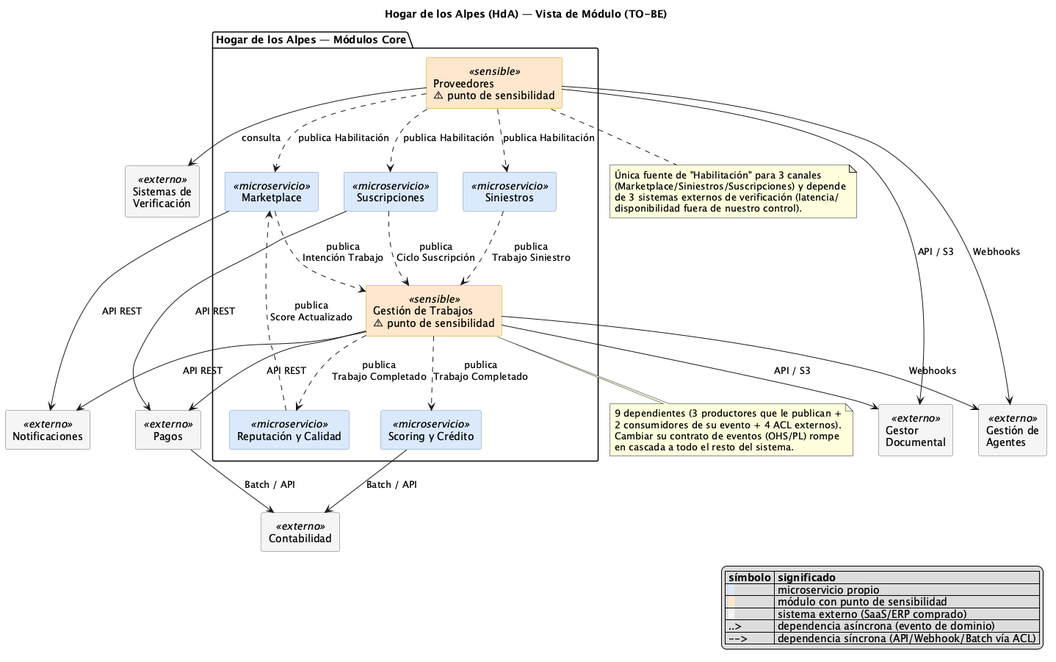
Earlier version of the PlantUML export experimento-arquitectura/contexto/diagramas/05-vista-modulo.png (ftaboadar/HDA).
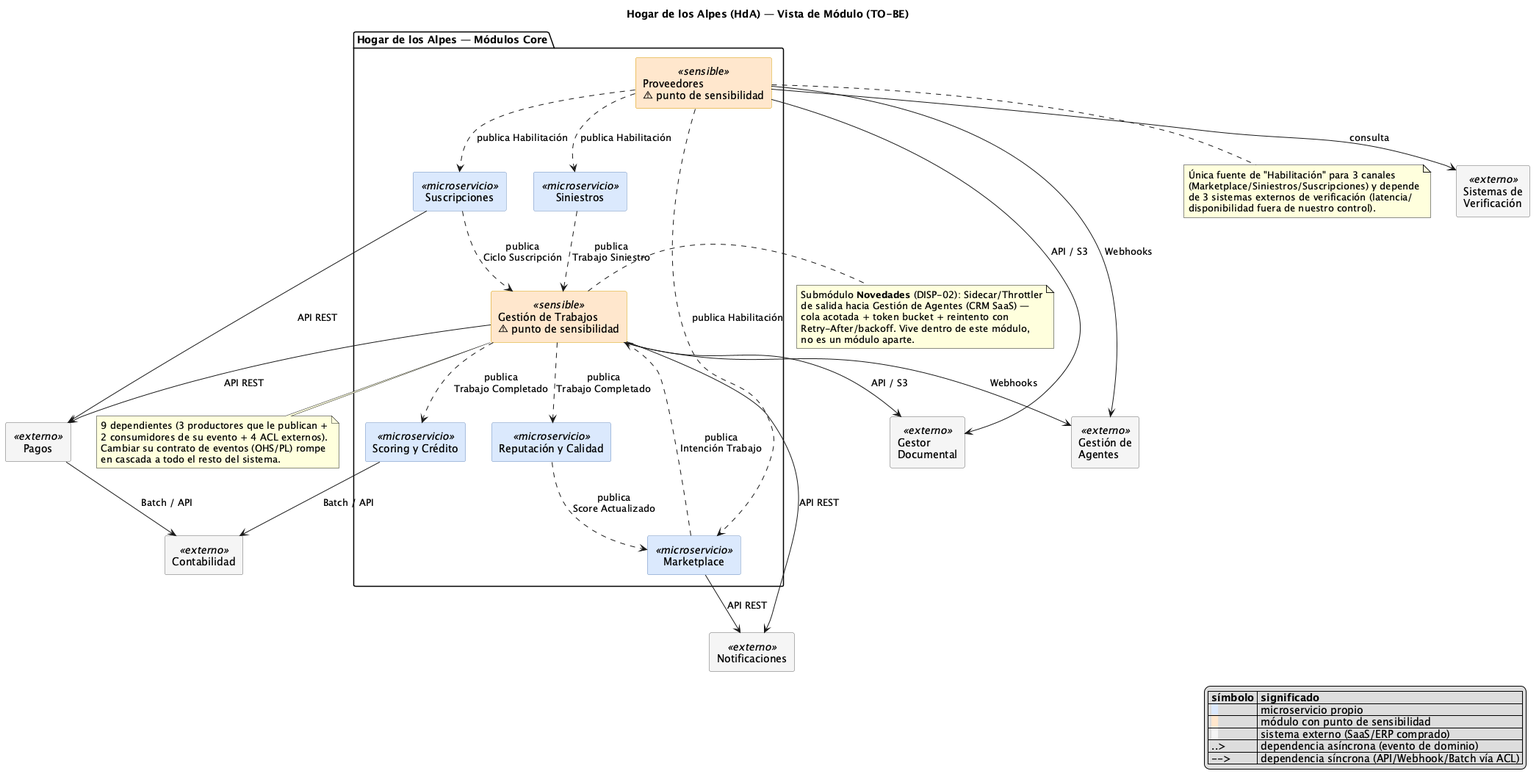
The same file after the commit.

The edit, as a diff of the source:
```diff
@@ -52,6 +52,14 @@
 PAG --> CONT : Batch / API
 SCR --> CONT : Batch / API
 
+note right of GT
+  Submódulo **Novedades** (DISP-02): Sidecar/Throttler
+  de salida hacia Gestión de Agentes (CRM SaaS) —
+  cola acotada + token bucket + reintento con
+  Retry-After/backoff. Vive dentro de este módulo,
+  no es un módulo aparte.
+end note
+
 note bottom of GT
   9 dependientes (3 productores que le publican +
   2 consumidores de su evento + 4 ACL externos).
```
